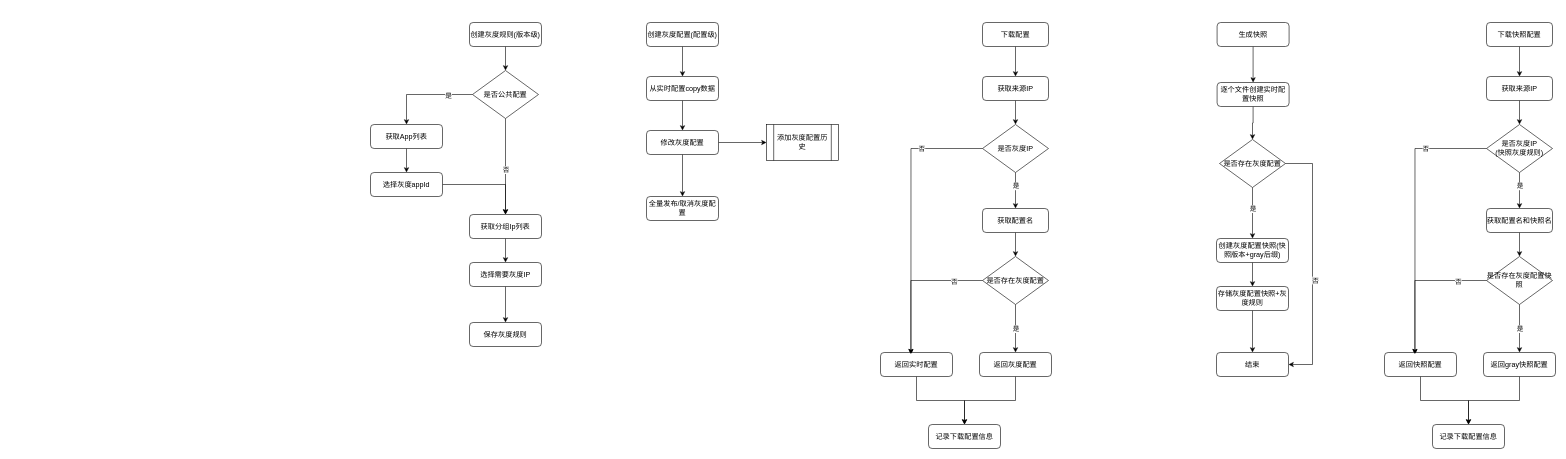
Before: gray conf.drawio in sj842166947/draw, a draw.io diagram. Source tidied: cells renumbered, new cells numbered last; positions are measured from the earlier drawing's top-left corner, leaving out a move shared by most shapes. Both pictures are drawn from the tidied source at 60%, with x=0, y=0 at pixel (370, 22).
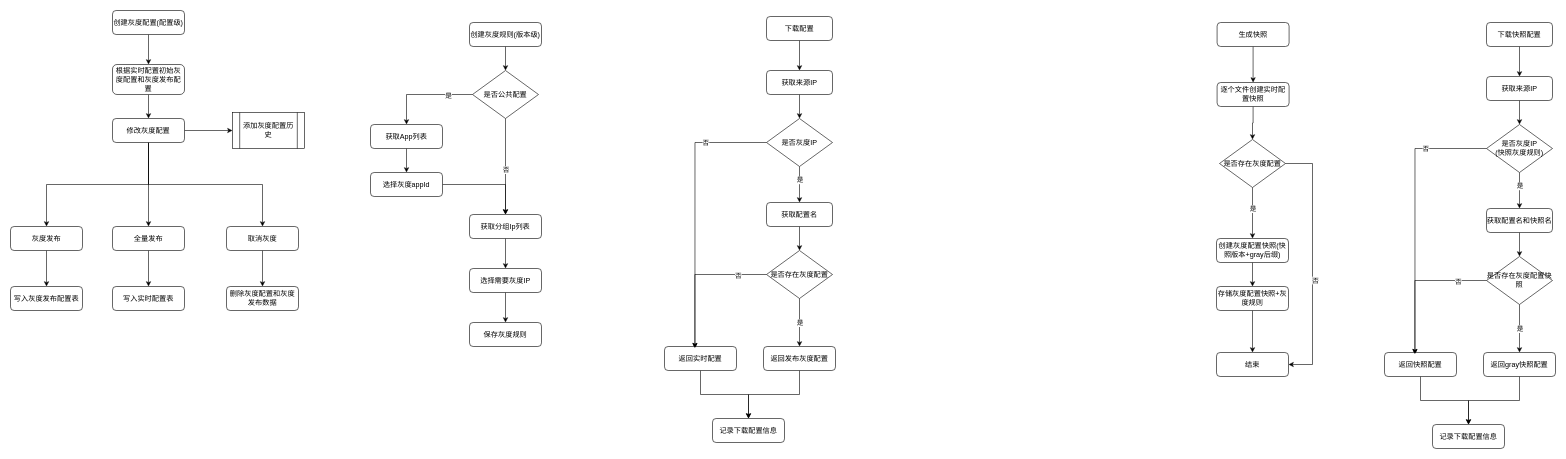
The same diagram, later.

What changed in the source:
```diff
@@
     <mxCell id="16" value="选择需要灰度IP" style="rounded=1;whiteSpace=wrap;html=1;" parent="1" vertex="1">
-      <mxGeometry x="165" y="400" width="120" height="40" as="geometry" />
+      <mxGeometry x="165" y="410" width="120" height="40" as="geometry" />
     </mxCell>
@@
     <mxCell id="18" value="创建灰度配置(配置级)" style="rounded=1;whiteSpace=wrap;html=1;" parent="1" vertex="1">
-      <mxGeometry x="460" width="120" height="40" as="geometry" />
+      <mxGeometry x="-430" y="-20" width="120" height="40" as="geometry" />
     </mxCell>
@@
-    <mxCell id="20" value="从实时配置copy数据" style="rounded=1;whiteSpace=wrap;html=1;" parent="1" vertex="1">
-      <mxGeometry x="460" y="90" width="120" height="40" as="geometry" />
+    <mxCell id="20" value="根据实时配置初始灰度配置和灰度发布配置" style="rounded=1;whiteSpace=wrap;html=1;" parent="1" vertex="1">
+      <mxGeometry x="-430" y="70" width="120" height="50" as="geometry" />
     </mxCell>
-    <mxCell id="21" style="edgeStyle=orthogonalEdgeStyle;rounded=0;jettySize=auto;html=1;entryX=0.5;entryY=0;entryDx=0;entryDy=0;" parent="1" edge="1" source="23" target="24">
-      <mxGeometry relative="1" as="geometry" />
-    </mxCell>
@@
+    <mxCell id="83" style="edgeStyle=orthogonalEdgeStyle;rounded=0;jettySize=auto;html=1;entryX=0.5;entryY=0;entryDx=0;entryDy=0;exitX=0.5;exitY=1;exitDx=0;exitDy=0;" parent="1" edge="1" source="23" target="87">
+      <mxGeometry relative="1" as="geometry" />
+    </mxCell>
+    <mxCell id="84" style="edgeStyle=orthogonalEdgeStyle;rounded=0;jettySize=auto;html=1;" parent="1" edge="1" source="23" target="89">
+      <mxGeometry relative="1" as="geometry" />
+    </mxCell>
+    <mxCell id="85" style="edgeStyle=orthogonalEdgeStyle;rounded=0;jettySize=auto;html=1;exitX=0.5;exitY=1;exitDx=0;exitDy=0;" parent="1" edge="1" source="23" target="91">
+      <mxGeometry relative="1" as="geometry" />
+    </mxCell>
     <mxCell id="23" value="修改灰度配置" style="rounded=1;whiteSpace=wrap;html=1;" parent="1" vertex="1">
-      <mxGeometry x="460" y="180" width="120" height="40" as="geometry" />
+      <mxGeometry x="-430" y="160" width="120" height="40" as="geometry" />
     </mxCell>
-    <mxCell id="24" value="全量发布/取消灰度配置" style="rounded=1;whiteSpace=wrap;html=1;" parent="1" vertex="1">
-      <mxGeometry x="460" y="290" width="120" height="40" as="geometry" />
-    </mxCell>
@@
     <mxCell id="26" value="下载配置" style="rounded=1;whiteSpace=wrap;html=1;" parent="1" vertex="1">
-      <mxGeometry x="1020" width="110" height="40" as="geometry" />
+      <mxGeometry x="660" y="-10" width="110" height="40" as="geometry" />
     </mxCell>
@@
     <mxCell id="28" value="获取来源IP" style="rounded=1;whiteSpace=wrap;html=1;" parent="1" vertex="1">
-      <mxGeometry x="1020" y="90" width="110" height="40" as="geometry" />
+      <mxGeometry x="660" y="80" width="110" height="40" as="geometry" />
     </mxCell>
@@
     <mxCell id="33" value="是否灰度IP" style="rhombus;whiteSpace=wrap;html=1;" parent="1" vertex="1">
-      <mxGeometry x="1020" y="170" width="110" height="80" as="geometry" />
+      <mxGeometry x="660" y="160" width="110" height="80" as="geometry" />
     </mxCell>
@@
     <mxCell id="35" value="返回实时配置" style="rounded=1;whiteSpace=wrap;html=1;" parent="1" vertex="1">
-      <mxGeometry x="850" y="550" width="120" height="40" as="geometry" />
+      <mxGeometry x="490" y="540" width="120" height="40" as="geometry" />
     </mxCell>
@@
-    <mxCell id="37" value="返回灰度配置" style="rounded=1;whiteSpace=wrap;html=1;" parent="1" vertex="1">
-      <mxGeometry x="1015" y="550" width="120" height="40" as="geometry" />
+    <mxCell id="37" value="返回发布灰度配置" style="rounded=1;whiteSpace=wrap;html=1;" parent="1" vertex="1">
+      <mxGeometry x="655" y="540" width="120" height="40" as="geometry" />
     </mxCell>
@@
     <mxCell id="39" value="获取配置名" style="rounded=1;whiteSpace=wrap;html=1;" parent="1" vertex="1">
-      <mxGeometry x="1020" y="310" width="110" height="40" as="geometry" />
+      <mxGeometry x="660" y="300" width="110" height="40" as="geometry" />
     </mxCell>
@@
     <mxCell id="44" value="是否存在灰度配置" style="rhombus;whiteSpace=wrap;html=1;" parent="1" vertex="1">
-      <mxGeometry x="1020" y="390" width="110" height="80" as="geometry" />
+      <mxGeometry x="660" y="380" width="110" height="80" as="geometry" />
     </mxCell>
@@
     <mxCell id="49" value="记录下载配置信息" style="rounded=1;whiteSpace=wrap;html=1;" parent="1" vertex="1">
-      <mxGeometry x="930" y="670" width="120" height="40" as="geometry" />
+      <mxGeometry x="570" y="660" width="120" height="40" as="geometry" />
     </mxCell>
@@
     <mxCell id="82" value="添加灰度配置历史" style="shape=process;whiteSpace=wrap;html=1;backgroundOutline=1;" parent="1" vertex="1">
-      <mxGeometry x="660" y="170" width="120" height="60" as="geometry" />
+      <mxGeometry x="-230" y="150" width="120" height="60" as="geometry" />
     </mxCell>
+    <mxCell id="86" style="edgeStyle=orthogonalEdgeStyle;rounded=0;jettySize=auto;html=1;" parent="1" edge="1" source="87" target="92">
+      <mxGeometry relative="1" as="geometry" />
+    </mxCell>
+    <mxCell id="87" value="灰度发布" style="rounded=1;whiteSpace=wrap;html=1;" parent="1" vertex="1">
+      <mxGeometry x="-600" y="340" width="120" height="40" as="geometry" />
+    </mxCell>
+    <mxCell id="88" style="edgeStyle=orthogonalEdgeStyle;rounded=0;jettySize=auto;html=1;" parent="1" edge="1" source="89" target="93">
+      <mxGeometry relative="1" as="geometry" />
+    </mxCell>
+    <mxCell id="89" value="全量发布" style="rounded=1;whiteSpace=wrap;html=1;" parent="1" vertex="1">
+      <mxGeometry x="-430" y="340" width="120" height="40" as="geometry" />
+    </mxCell>
+    <mxCell id="90" style="edgeStyle=orthogonalEdgeStyle;rounded=0;jettySize=auto;html=1;entryX=0.5;entryY=0;entryDx=0;entryDy=0;" parent="1" edge="1" source="91" target="94">
+      <mxGeometry relative="1" as="geometry" />
+    </mxCell>
+    <mxCell id="91" value="取消灰度" style="rounded=1;whiteSpace=wrap;html=1;" parent="1" vertex="1">
+      <mxGeometry x="-240" y="340" width="120" height="40" as="geometry" />
+    </mxCell>
+    <mxCell id="92" value="写入灰度发布配置表" style="rounded=1;whiteSpace=wrap;html=1;" parent="1" vertex="1">
+      <mxGeometry x="-600" y="440" width="120" height="40" as="geometry" />
+    </mxCell>
+    <mxCell id="93" value="写入实时配置表" style="rounded=1;whiteSpace=wrap;html=1;" parent="1" vertex="1">
+      <mxGeometry x="-430" y="440" width="120" height="40" as="geometry" />
+    </mxCell>
+    <mxCell id="94" value="删除灰度配置和灰度发布数据" style="rounded=1;whiteSpace=wrap;html=1;" parent="1" vertex="1">
+      <mxGeometry x="-240" y="440" width="120" height="40" as="geometry" />
+    </mxCell>
```
